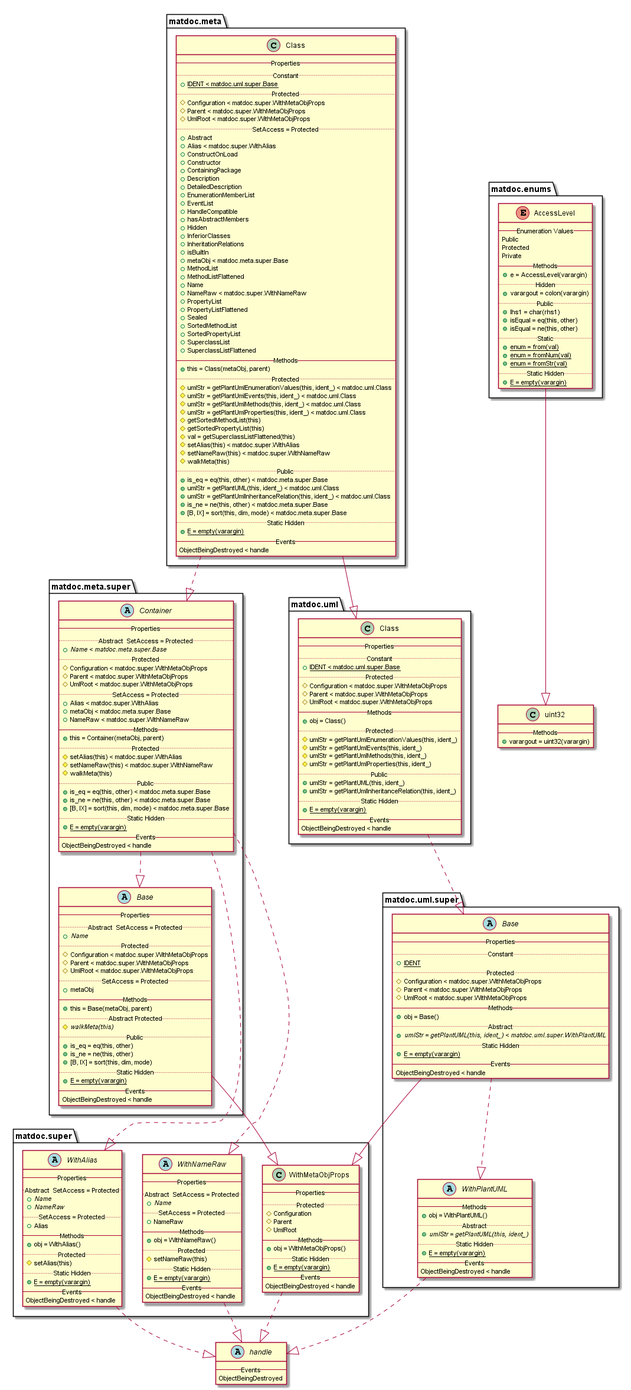
The PlantUML diagram doc/uml-examples/export-class-SafeUmlExport-true.png in flxdot/matdoc, before a commit.
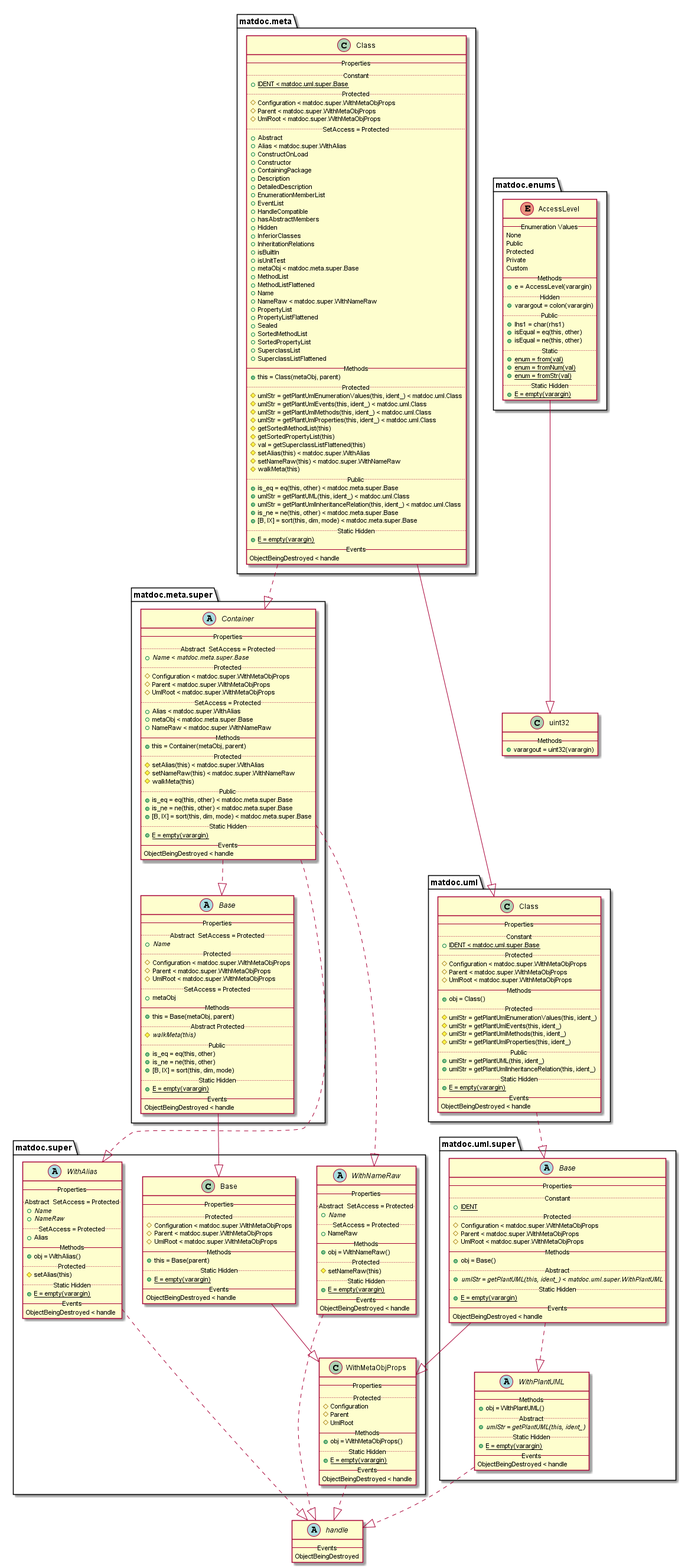
The same diagram one commit later.

Change to the diagram source:
```diff
@@ -7,9 +7,11 @@
 
 enum matdoc.enums.AccessLevel {
    -- Enumeration Values --
+   None
    Public
    Protected
    Private
+   Custom
    -- Methods --
    {method} + e = AccessLevel(varargin)
    .. Hidden ..
@@ -50,6 +52,7 @@
    {field} + InferiorClasses
    {field} + InheritationRelations
    {field} + isBuiltIn
+   {field} + isUnitTest
    {field} + metaObj < matdoc.meta.super.Base
    {field} + MethodList
    {field} + MethodListFlattened
@@ -133,6 +136,20 @@
    {method} + is_eq = eq(this, other) < matdoc.meta.super.Base
    {method} + is_ne = ne(this, other) < matdoc.meta.super.Base
    {method} + [B, IX] = sort(this, dim, mode) < matdoc.meta.super.Base
+   .. Static Hidden ..
+   {method} {static} + E = empty(varargin)
+   -- Events --
+   ObjectBeingDestroyed < handle
+}
+
+class matdoc.super.Base {
+   -- Properties --
+   .. Protected ..
+   {field} # Configuration < matdoc.super.WithMetaObjProps
+   {field} # Parent < matdoc.super.WithMetaObjProps
+   {field} # UmlRoot < matdoc.super.WithMetaObjProps
+   -- Methods --
+   {method} + this = Base(parent)
    .. Static Hidden ..
    {method} {static} + E = empty(varargin)
    -- Events --
@@ -248,10 +265,11 @@
 matdoc.enums.AccessLevel --|> uint32
 matdoc.meta.Class ..|> matdoc.meta.super.Container
 matdoc.meta.Class --|> matdoc.uml.Class
-matdoc.meta.super.Base --|> matdoc.super.WithMetaObjProps
+matdoc.meta.super.Base --|> matdoc.super.Base
 matdoc.meta.super.Container ..|> matdoc.meta.super.Base
 matdoc.meta.super.Container ..|> matdoc.super.WithNameRaw
 matdoc.meta.super.Container ..|> matdoc.super.WithAlias
+matdoc.super.Base --|> matdoc.super.WithMetaObjProps
 matdoc.super.WithAlias ..|> handle
 matdoc.super.WithMetaObjProps ..|> handle
 matdoc.super.WithNameRaw ..|> handle
```
